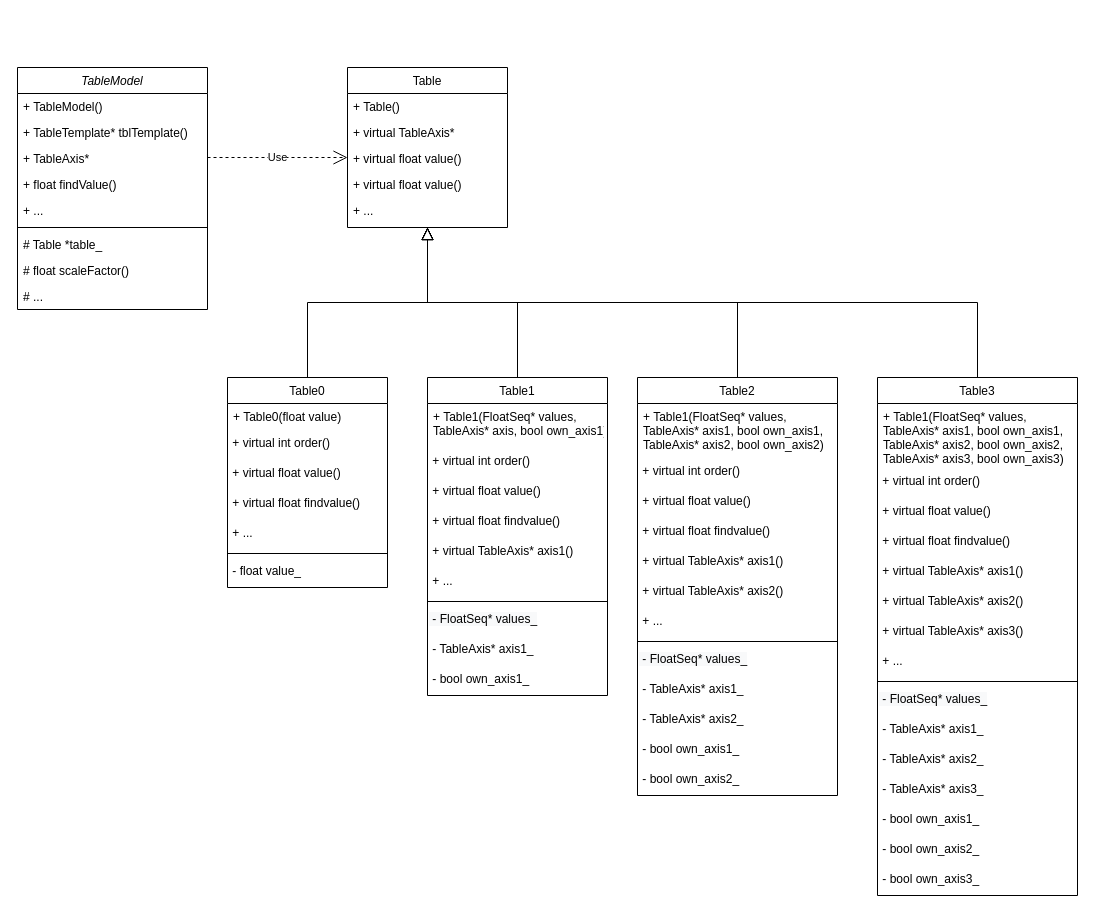
Above: opensta_tableModel.drawio in Ablution-han220/UML (draw.io), before the change. Source tidied: cells renumbered, new cells numbered last; positions are measured from the earlier drawing's top-left corner, leaving out a move shared by most shapes. Both pictures are drawn from the tidied source at 100%, with x=0, y=0 at pixel (17, 67).
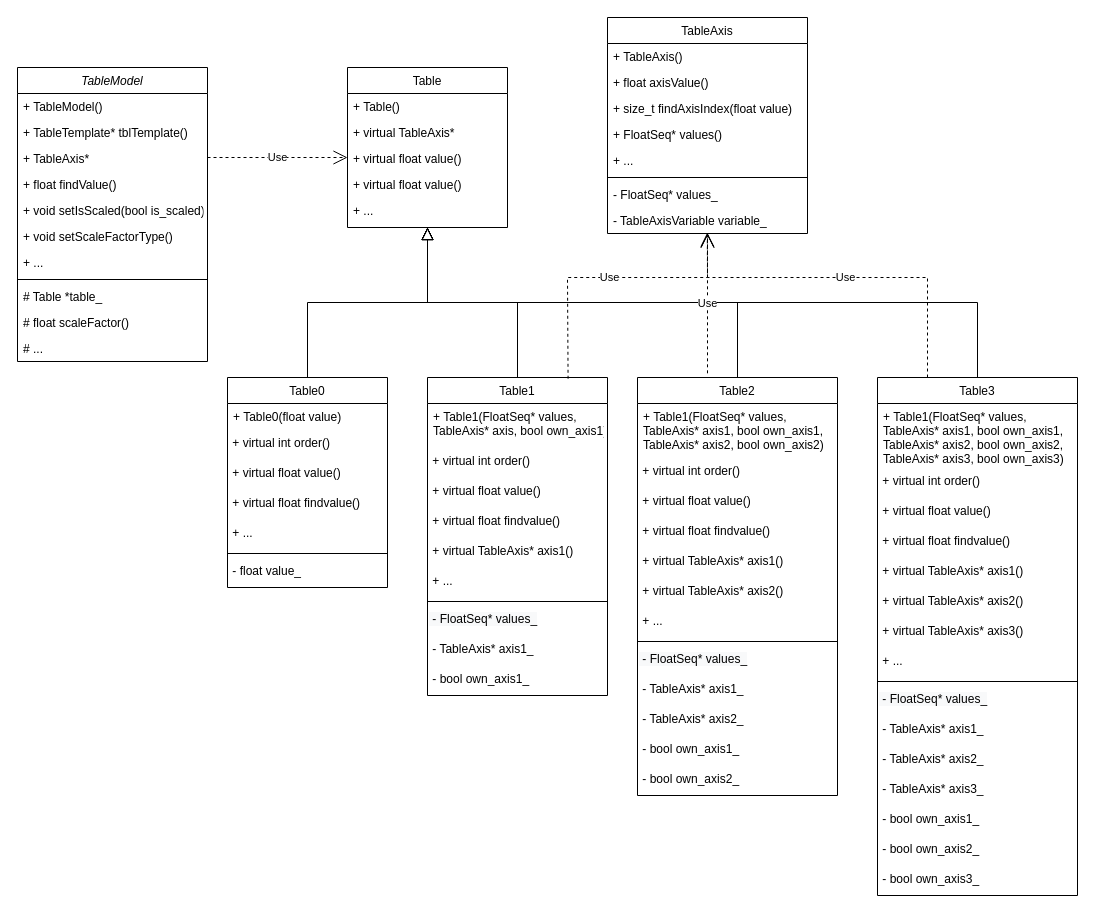
The same diagram, later.

Unchanged cells that the change refers to:
```xml
<mxCell id="27" value="Table1" style="swimlane;fontStyle=0;align=center;verticalAlign=top;horizontal=1;startSize=26;rounded=0;shadow=0;strokeWidth=1;" parent="1" vertex="1">
  <mxGeometry x="410" y="310" width="180" height="318" as="geometry" />
</mxCell>
<mxCell id="39" value="Table2" style="swimlane;fontStyle=0;align=center;verticalAlign=top;horizontal=1;startSize=26;rounded=0;shadow=0;strokeWidth=1;" parent="1" vertex="1">
  <mxGeometry x="620" y="310" width="200" height="418" as="geometry" />
</mxCell>
<mxCell id="54" value="Table3" style="swimlane;fontStyle=0;align=center;verticalAlign=top;horizontal=1;startSize=26;rounded=0;shadow=0;strokeWidth=1;" parent="1" vertex="1">
  <mxGeometry x="860" y="310" width="200" height="518" as="geometry" />
</mxCell>
```

The edit, as a diff of the source:
```diff
@@
     <mxCell id="2" value="TableModel" style="swimlane;fontStyle=2;align=center;verticalAlign=top;horizontal=1;startSize=26;rounded=0;shadow=0;strokeWidth=1;" parent="1" vertex="1">
-      <mxGeometry width="190" height="242" as="geometry" />
+      <mxGeometry width="190" height="294" as="geometry" />
     </mxCell>
@@
+    <mxCell id="74" value="+ void setIsScaled(bool is_scaled)" style="text;align=left;verticalAlign=top;spacingLeft=4;spacingRight=4;overflow=hidden;rounded=0;shadow=0;html=0;" parent="2" vertex="1">
+      <mxGeometry y="130" width="190" height="26" as="geometry" />
+    </mxCell>
+    <mxCell id="75" value="+ void setScaleFactorType()" style="text;align=left;verticalAlign=top;spacingLeft=4;spacingRight=4;overflow=hidden;rounded=0;shadow=0;html=0;" parent="2" vertex="1">
+      <mxGeometry y="156" width="190" height="26" as="geometry" />
+    </mxCell>
     <mxCell id="7" value="+ ..." style="text;align=left;verticalAlign=top;spacingLeft=4;spacingRight=4;overflow=hidden;rounded=0;shadow=0;html=0;" parent="2" vertex="1">
-      <mxGeometry y="130" width="190" height="26" as="geometry" />
+      <mxGeometry y="182" width="190" height="26" as="geometry" />
     </mxCell>
     <mxCell id="8" style="line;html=1;strokeWidth=1;align=left;verticalAlign=middle;spacingTop=-1;spacingLeft=3;spacingRight=3;labelPosition=right;" parent="2" vertex="1">
-      <mxGeometry y="156" width="190" height="8" as="geometry" />
+      <mxGeometry y="208" width="190" height="8" as="geometry" />
     </mxCell>
     <mxCell id="9" value="# Table *table_" style="text;align=left;verticalAlign=top;spacingLeft=4;spacingRight=4;overflow=hidden;" parent="2" vertex="1">
-      <mxGeometry y="164" width="190" height="26" as="geometry" />
+      <mxGeometry y="216" width="190" height="26" as="geometry" />
     </mxCell>
     <mxCell id="10" value="# float scaleFactor()" style="text;align=left;verticalAlign=top;spacingLeft=4;spacingRight=4;overflow=hidden;" parent="2" vertex="1">
-      <mxGeometry y="190" width="190" height="26" as="geometry" />
+      <mxGeometry y="242" width="190" height="26" as="geometry" />
     </mxCell>
     <mxCell id="11" value="# ..." style="text;align=left;verticalAlign=top;spacingLeft=4;spacingRight=4;overflow=hidden;" parent="2" vertex="1">
-      <mxGeometry y="216" width="190" height="26" as="geometry" />
+      <mxGeometry y="268" width="190" height="26" as="geometry" />
     </mxCell>
@@
+    <mxCell id="76" value="TableAxis" style="swimlane;fontStyle=0;align=center;verticalAlign=top;horizontal=1;startSize=26;rounded=0;shadow=0;strokeWidth=1;" parent="1" vertex="1">
+      <mxGeometry x="590" y="-50" width="200" height="216" as="geometry" />
+    </mxCell>
+    <mxCell id="77" value="+ TableAxis()" style="text;align=left;verticalAlign=top;spacingLeft=4;spacingRight=4;overflow=hidden;" parent="76" vertex="1">
+      <mxGeometry y="26" width="200" height="26" as="geometry" />
+    </mxCell>
+    <mxCell id="78" value="+ float axisValue()" style="text;align=left;verticalAlign=top;spacingLeft=4;spacingRight=4;overflow=hidden;rounded=0;shadow=0;html=0;" parent="76" vertex="1">
+      <mxGeometry y="52" width="200" height="26" as="geometry" />
+    </mxCell>
+    <mxCell id="79" value="+ size_t findAxisIndex(float value)" style="text;align=left;verticalAlign=top;spacingLeft=4;spacingRight=4;overflow=hidden;rounded=0;shadow=0;html=0;" parent="76" vertex="1">
+      <mxGeometry y="78" width="200" height="26" as="geometry" />
+    </mxCell>
+    <mxCell id="80" value="+ FloatSeq* values()" style="text;align=left;verticalAlign=top;spacingLeft=4;spacingRight=4;overflow=hidden;rounded=0;shadow=0;html=0;" parent="76" vertex="1">
+      <mxGeometry y="104" width="200" height="26" as="geometry" />
+    </mxCell>
+    <mxCell id="81" value="+ ..." style="text;align=left;verticalAlign=top;spacingLeft=4;spacingRight=4;overflow=hidden;rounded=0;shadow=0;html=0;" parent="76" vertex="1">
+      <mxGeometry y="130" width="200" height="26" as="geometry" />
+    </mxCell>
+    <mxCell id="82" style="line;strokeWidth=1;fillColor=none;align=left;verticalAlign=middle;spacingTop=-1;spacingLeft=3;spacingRight=3;labelPosition=right;" parent="76" vertex="1">
+      <mxGeometry y="156" width="200" height="8" as="geometry" />
+    </mxCell>
+    <mxCell id="83" value="- FloatSeq* values_" style="text;align=left;verticalAlign=top;spacingLeft=4;spacingRight=4;overflow=hidden;rounded=0;shadow=0;html=0;" parent="76" vertex="1">
+      <mxGeometry y="164" width="200" height="26" as="geometry" />
+    </mxCell>
+    <mxCell id="84" value="- TableAxisVariable variable_" style="text;align=left;verticalAlign=top;spacingLeft=4;spacingRight=4;overflow=hidden;points=[[0,0.5],[1,0.5]];portConstraint=eastwest;rounded=0;shadow=0;html=0;" parent="76" vertex="1">
+      <mxGeometry y="190" width="200" height="26" as="geometry" />
+    </mxCell>
+    <mxCell id="85" value="Use" style="endArrow=open;endSize=12;dashed=1;html=1;rounded=0;exitX=0.781;exitY=0.004;exitDx=0;exitDy=0;entryX=0.5;entryY=1;entryDx=0;entryDy=0;exitPerimeter=0;" parent="1" edge="1" source="27" target="76">
+      <mxGeometry relative="1" as="geometry">
+        <Array as="points">
+          <mxPoint x="550" y="210" />
+          <mxPoint x="690" y="210" />
+        </Array>
+      </mxGeometry>
+    </mxCell>
+    <mxCell id="86" value="Use" style="endArrow=open;endSize=12;dashed=1;html=1;rounded=0;exitX=0.35;exitY=-0.01;exitDx=0;exitDy=0;exitPerimeter=0;" parent="1" edge="1" source="39" target="84">
+      <mxGeometry relative="1" as="geometry">
+        <Array as="points">
+          <mxPoint x="690" y="210" />
+        </Array>
+      </mxGeometry>
+    </mxCell>
+    <mxCell id="87" value="Use" style="endArrow=open;endSize=12;dashed=1;html=1;rounded=0;exitX=0.25;exitY=0;exitDx=0;exitDy=0;entryX=0.499;entryY=0.963;entryDx=0;entryDy=0;entryPerimeter=0;" parent="1" edge="1" source="54" target="84">
+      <mxGeometry relative="1" as="geometry">
+        <Array as="points">
+          <mxPoint x="910" y="210" />
+          <mxPoint x="690" y="210" />
+        </Array>
+      </mxGeometry>
+    </mxCell>
```
